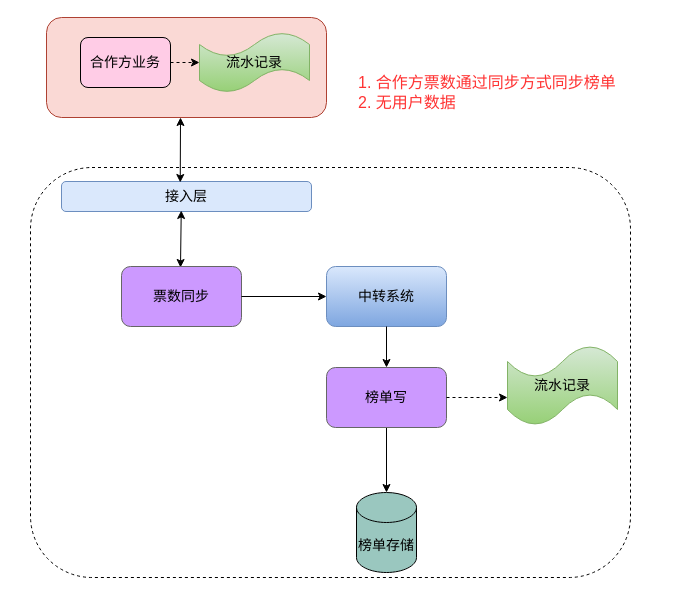
This is 端外打榜.drawio from ericwan2018/awesome-algorithm-question-solution, a draw.io file, before an edit. Source tidied: cells renumbered, new cells numbered last; positions are measured from the earlier drawing's top-left corner, leaving out a move shared by most shapes. Both pictures are drawn from the tidied source at 100%, with x=0, y=0 at pixel (30, 17).
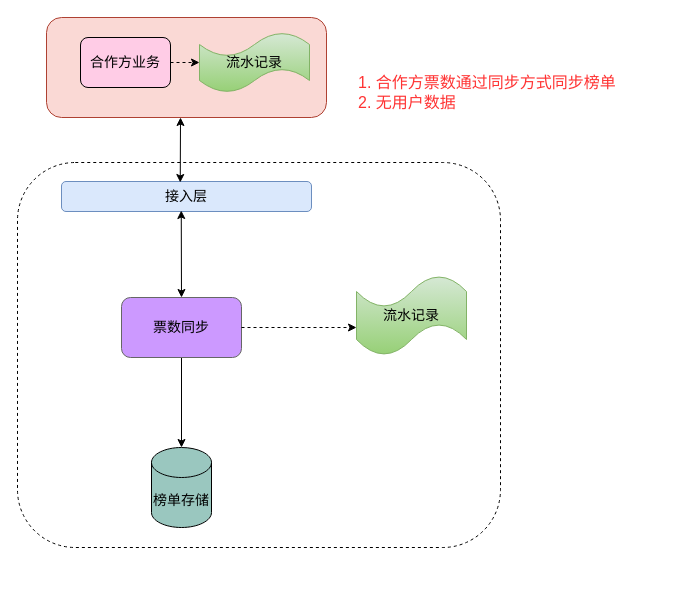
The same page after the edit.

Commit message (it also covers changes not shown here):
更新端外打榜.drawio

The change refers to these unchanged cells:
```xml
<mxCell id="3" value="接入层" style="rounded=1;whiteSpace=wrap;html=1;fillColor=#dae8fc;strokeColor=#6c8ebf;fontSize=14;" parent="1" vertex="1">
  <mxGeometry x="31" y="164" width="250" height="30" as="geometry" />
</mxCell>
```

Change to the diagram source:
```diff
@@
     <mxCell id="2" style="rounded=1;whiteSpace=wrap;html=1;fontSize=14;fontColor=#FFFFFF;fillColor=#FFFFFF;dashed=1;" parent="1" vertex="1">
-      <mxGeometry y="150" width="600" height="410" as="geometry" />
+      <mxGeometry x="-13" y="145" width="483" height="385" as="geometry" />
     </mxCell>
@@
     <mxCell id="4" value="榜单存储" style="shape=cylinder3;whiteSpace=wrap;html=1;boundedLbl=1;backgroundOutline=1;size=15;fillColor=#9AC7BF;fontSize=14;" parent="1" vertex="1">
-      <mxGeometry x="326" y="475" width="60" height="80" as="geometry" />
+      <mxGeometry x="121" y="430" width="60" height="80" as="geometry" />
     </mxCell>
     <mxCell id="5" value="流水记录" style="shape=tape;whiteSpace=wrap;html=1;gradientColor=#97d077;fillColor=#d5e8d4;strokeColor=#82b366;fontSize=14;" parent="1" vertex="1">
-      <mxGeometry x="477" y="328" width="110" height="80" as="geometry" />
+      <mxGeometry x="326" y="258" width="110" height="80" as="geometry" />
     </mxCell>
-    <mxCell id="6" style="endArrow=classic;html=1;entryX=0.5;entryY=0;entryDx=0;entryDy=0;entryPerimeter=0;fontSize=14;" parent="1" edge="1" source="17" target="4">
+    <mxCell id="6" style="endArrow=classic;html=1;entryX=0.5;entryY=0;entryDx=0;entryDy=0;entryPerimeter=0;fontSize=14;exitX=0.5;exitY=1;exitDx=0;exitDy=0;" parent="1" edge="1" source="12" target="4">
       <mxGeometry relative="1" as="geometry" />
     </mxCell>
-    <mxCell id="7" style="endArrow=classic;startArrow=classic;html=1;entryX=0.479;entryY=0.967;entryDx=0;entryDy=0;entryPerimeter=0;fontSize=14;" parent="1" edge="1" target="3">
-      <mxGeometry relative="1" as="geometry">
-        <mxPoint x="150" y="250" as="sourcePoint" />
-      </mxGeometry>
+    <mxCell id="7" style="endArrow=classic;startArrow=classic;html=1;entryX=0.479;entryY=0.967;entryDx=0;entryDy=0;entryPerimeter=0;fontSize=14;exitX=0.5;exitY=0;exitDx=0;exitDy=0;" parent="1" edge="1" source="12" target="3">
+      <mxGeometry relative="1" as="geometry" />
     </mxCell>
@@
     <mxCell id="12" value="票数同步" style="rounded=1;whiteSpace=wrap;html=1;strokeColor=#666666;fillColor=#CC99FF;fontSize=14;" parent="1" vertex="1">
-      <mxGeometry x="91" y="249" width="120" height="60" as="geometry" />
+      <mxGeometry x="91" y="280" width="120" height="60" as="geometry" />
     </mxCell>
@@
-    <mxCell id="15" value="中转系统" style="rounded=1;whiteSpace=wrap;html=1;fillColor=#dae8fc;strokeColor=#6c8ebf;gradientColor=#7ea6e0;fontSize=14;" parent="1" vertex="1">
-      <mxGeometry x="296" y="249" width="120" height="60" as="geometry" />
-    </mxCell>
-    <mxCell id="16" style="endArrow=classic;html=1;entryX=0;entryY=0.5;entryDx=0;entryDy=0;exitX=1;exitY=0.5;exitDx=0;exitDy=0;fontSize=14;" parent="1" edge="1" source="12" target="15">
-      <mxGeometry relative="1" as="geometry" />
-    </mxCell>
-    <mxCell id="17" value="榜单写" style="rounded=1;whiteSpace=wrap;html=1;strokeColor=#666666;fillColor=#CC99FF;fontSize=14;" parent="1" vertex="1">
-      <mxGeometry x="296" y="350" width="120" height="60" as="geometry" />
-    </mxCell>
-    <mxCell id="18" style="endArrow=classic;html=1;entryX=0.5;entryY=0;entryDx=0;entryDy=0;exitX=0.5;exitY=1;exitDx=0;exitDy=0;fontSize=14;" parent="1" edge="1" source="15" target="17">
-      <mxGeometry relative="1" as="geometry" />
-    </mxCell>
-    <mxCell id="19" style="endArrow=classic;html=1;dashed=1;fontSize=14;entryX=0;entryY=0.65;entryDx=0;entryDy=0;entryPerimeter=0;" parent="1" edge="1" source="17" target="5">
+    <mxCell id="19" style="endArrow=classic;html=1;dashed=1;fontSize=14;entryX=0;entryY=0.65;entryDx=0;entryDy=0;entryPerimeter=0;exitX=1;exitY=0.5;exitDx=0;exitDy=0;" parent="1" edge="1" source="12" target="5">
       <mxGeometry relative="1" as="geometry" />
     </mxCell>
```
